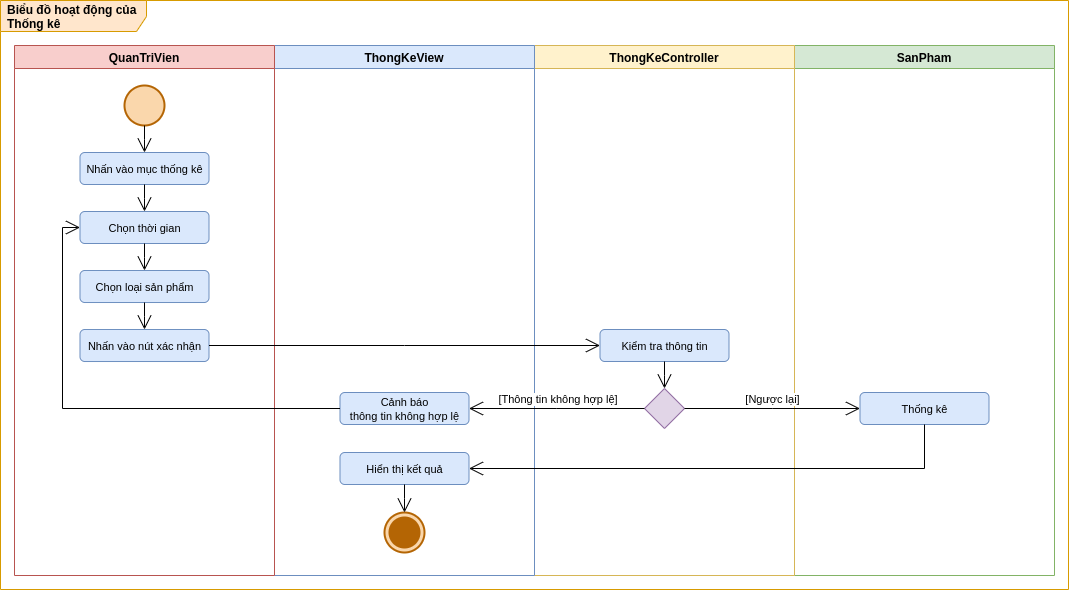
This is images/Activity Diagram/Statistic.png from luclegen/medicine16, a draw.io export, as it was before one commit. Source tidied: cells renumbered, new cells last; positions are measured from the earlier drawing's top-left corner, leaving out a move shared by most shapes.
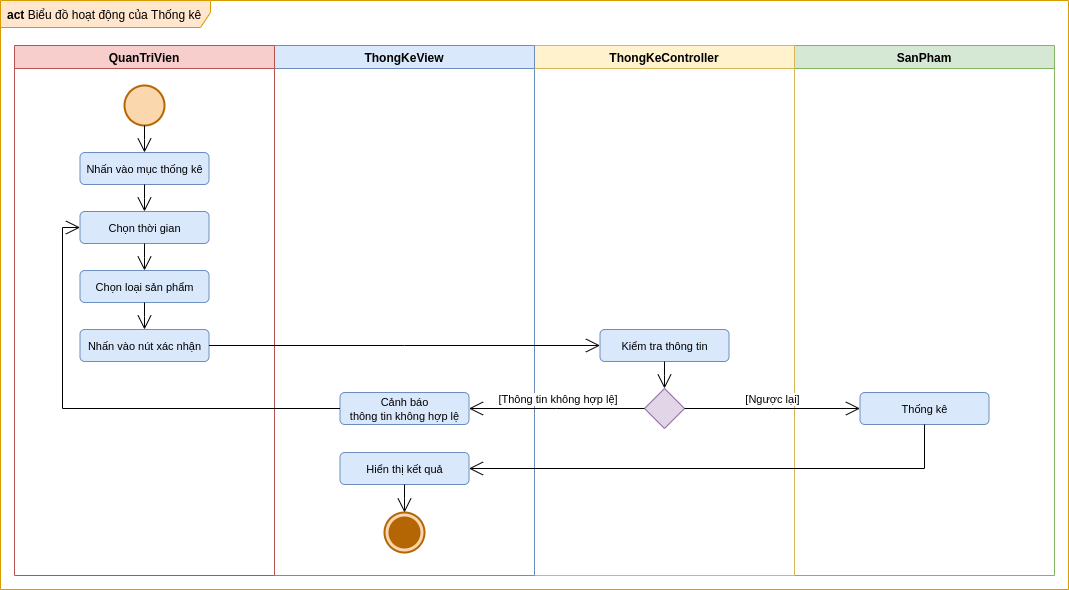
The same diagram one commit later.

Change to the diagram source:
```diff
@@ -2,9 +2,9 @@
   <root>
     <mxCell id="0" />
     <mxCell id="1" parent="0" />
-    <mxCell id="2" value="Biểu đồ hoạt động của&lt;br&gt;&lt;b&gt;Thống kê&lt;/b&gt;" style="shape=umlFrame;whiteSpace=wrap;html=1;width=146;height=31;boundedLbl=1;verticalAlign=middle;align=left;spacingLeft=5;fontStyle=1;fillColor=#ffe6cc;strokeColor=#d79b00;swimlaneFillColor=#FFFFFF;" parent="1" vertex="1">
-      <mxGeometry width="1068" height="589" as="geometry" />
-    </mxCell>
+    <mxCell id="29" value="act&lt;span style=&quot;font-weight: normal&quot;&gt; Biểu đồ hoạt động của Thống kê&lt;/span&gt;" style="shape=umlFrame;whiteSpace=wrap;html=1;width=210;height=27;boundedLbl=1;verticalAlign=middle;align=left;spacingLeft=5;fontStyle=1;fillColor=#ffe6cc;strokeColor=#d79b00;swimlaneFillColor=#FFFFFF;" parent="1" vertex="1">
+      <mxGeometry width="1068" height="589" as="geometry" />
+    </mxCell>
     <mxCell id="3" value="SanPham" style="swimlane;fillColor=#d5e8d4;strokeColor=#82b366;" parent="1" vertex="1">
       <mxGeometry x="794" y="45" width="260" height="530" as="geometry" />
     </mxCell>
```
